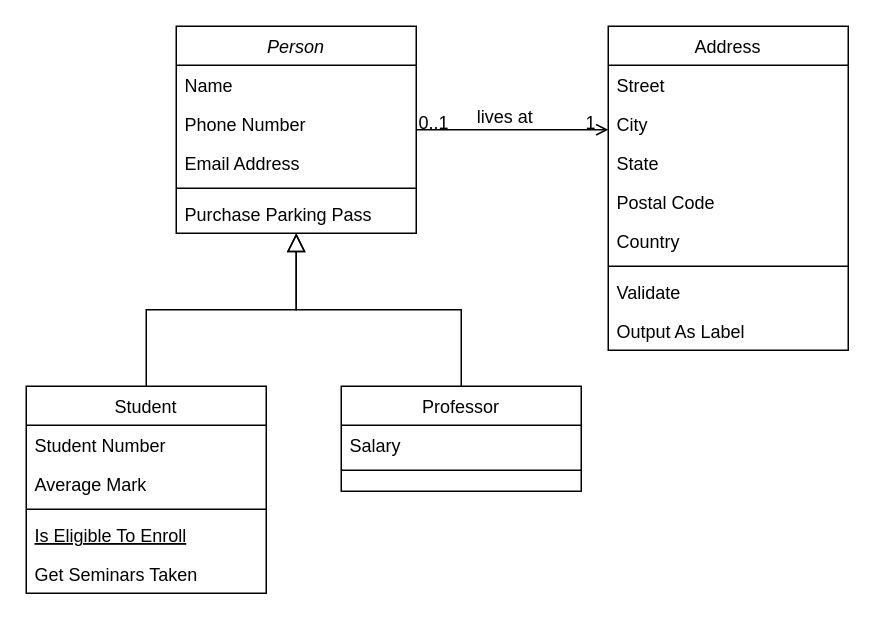
Above: Untitled Diagram.drawio in paiti94/NovaClientSolution (draw.io), before the change. Source tidied: cells renumbered, new cells numbered last; positions are measured from the earlier drawing's top-left corner, leaving out a move shared by most shapes. Both pictures are drawn from the tidied source at 150%, with x=0, y=0 at pixel (26, 26).
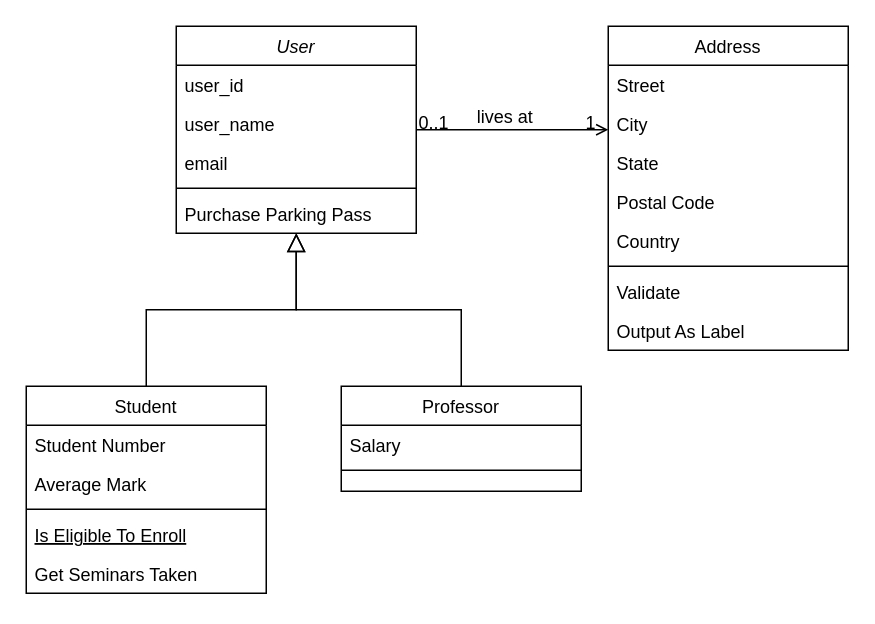
The same diagram, later.

Change to the diagram source:
```diff
@@
-    <mxCell id="2" value="Person" style="swimlane;fontStyle=2;align=center;verticalAlign=top;horizontal=1;startSize=26;rounded=0;shadow=0;strokeWidth=1;" parent="1" vertex="1">
+    <mxCell id="2" value="User" style="swimlane;fontStyle=2;align=center;verticalAlign=top;horizontal=1;startSize=26;rounded=0;shadow=0;strokeWidth=1;" parent="1" vertex="1">
       <mxGeometry x="100" width="160" height="138" as="geometry" />
     </mxCell>
-    <mxCell id="3" value="Name" style="text;align=left;verticalAlign=top;spacingLeft=4;spacingRight=4;overflow=hidden;" parent="2" vertex="1">
+    <mxCell id="3" value="user_id" style="text;align=left;verticalAlign=top;spacingLeft=4;spacingRight=4;overflow=hidden;" parent="2" vertex="1">
       <mxGeometry y="26" width="160" height="26" as="geometry" />
     </mxCell>
-    <mxCell id="4" value="Phone Number" style="text;align=left;verticalAlign=top;spacingLeft=4;spacingRight=4;overflow=hidden;rounded=0;shadow=0;html=0;" parent="2" vertex="1">
+    <mxCell id="4" value="user_name" style="text;align=left;verticalAlign=top;spacingLeft=4;spacingRight=4;overflow=hidden;rounded=0;shadow=0;html=0;" parent="2" vertex="1">
       <mxGeometry y="52" width="160" height="26" as="geometry" />
     </mxCell>
-    <mxCell id="5" value="Email Address" style="text;align=left;verticalAlign=top;spacingLeft=4;spacingRight=4;overflow=hidden;rounded=0;shadow=0;html=0;" parent="2" vertex="1">
+    <mxCell id="5" value="email" style="text;align=left;verticalAlign=top;spacingLeft=4;spacingRight=4;overflow=hidden;rounded=0;shadow=0;html=0;" parent="2" vertex="1">
       <mxGeometry y="78" width="160" height="26" as="geometry" />
     </mxCell>
```
